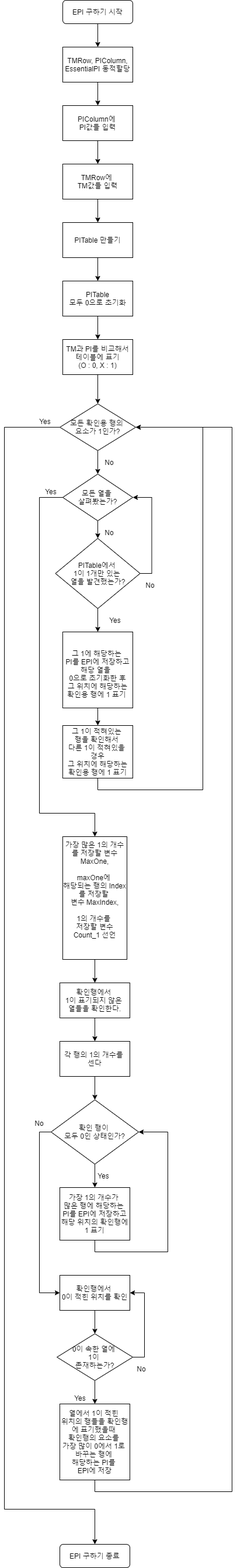
The draw.io diagram 순서도/EPI 미완 2.png in aaron-rev/QuinMc_C2Plus, before a commit. Source tidied: cells renumbered, new cells last; positions are measured from the earlier drawing's top-left corner, leaving out a move shared by most shapes.
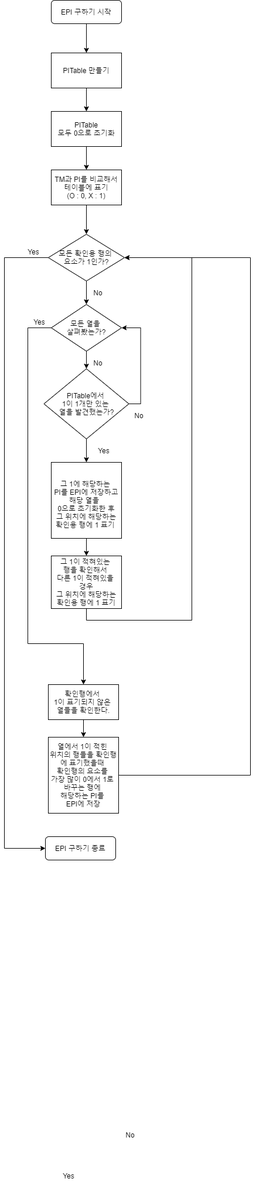
Later version of the same file.

Change to the diagram source:
```diff
@@ -2,33 +2,15 @@
   <root>
     <mxCell id="0" />
     <mxCell id="1" parent="0" />
-    <mxCell id="2" style="edgeStyle=orthogonalEdgeStyle;rounded=0;jettySize=auto;html=1;exitX=0.5;exitY=1;exitDx=0;exitDy=0;entryX=0.5;entryY=0;entryDx=0;entryDy=0;" parent="1" edge="1" source="3" target="6">
-      <mxGeometry relative="1" as="geometry" />
-    </mxCell>
+    <mxCell id="59" style="edgeStyle=orthogonalEdgeStyle;rounded=0;jettySize=auto;html=1;exitX=0.5;exitY=1;exitDx=0;exitDy=0;entryX=0.5;entryY=0;entryDx=0;entryDy=0;" parent="1" edge="1" source="3" target="12">
+      <mxGeometry relative="1" as="geometry" />
+    </mxCell>
     <mxCell id="3" value="EPI 구하기 시작" style="rounded=1;whiteSpace=wrap;html=1;fontSize=12;glass=0;strokeWidth=1;shadow=0;" parent="1" vertex="1">
-      <mxGeometry x="100" width="120" height="40" as="geometry" />
+      <mxGeometry x="100" y="290" width="120" height="40" as="geometry" />
     </mxCell>
     <mxCell id="4" value="EPI 구하기 종료" style="rounded=1;whiteSpace=wrap;html=1;fontSize=12;glass=0;strokeWidth=1;shadow=0;" parent="1" vertex="1">
-      <mxGeometry x="95" y="2640" width="120" height="40" as="geometry" />
+      <mxGeometry x="90" y="1720" width="120" height="40" as="geometry" />
     </mxCell>
-    <mxCell id="5" style="edgeStyle=orthogonalEdgeStyle;rounded=0;jettySize=auto;html=1;exitX=0.5;exitY=1;exitDx=0;exitDy=0;entryX=0.5;entryY=0;entryDx=0;entryDy=0;" parent="1" edge="1" source="6" target="8">
-      <mxGeometry relative="1" as="geometry" />
-    </mxCell>
-    <mxCell id="6" value="TMRow, PIColumn, EssentialPI 동적할당" style="rounded=0;whiteSpace=wrap;html=1;" parent="1" vertex="1">
-      <mxGeometry x="100" y="80" width="120" height="60" as="geometry" />
-    </mxCell>
-    <mxCell id="7" style="edgeStyle=orthogonalEdgeStyle;rounded=0;jettySize=auto;html=1;exitX=0.5;exitY=1;exitDx=0;exitDy=0;entryX=0.5;entryY=0;entryDx=0;entryDy=0;" parent="1" edge="1" source="8" target="10">
-      <mxGeometry relative="1" as="geometry" />
-    </mxCell>
-    <mxCell id="8" value="PIColumn에 &lt;br&gt;PI값들 입력" style="rounded=0;whiteSpace=wrap;html=1;" parent="1" vertex="1">
-      <mxGeometry x="100" y="180" width="120" height="60" as="geometry" />
-    </mxCell>
-    <mxCell id="9" style="edgeStyle=orthogonalEdgeStyle;rounded=0;jettySize=auto;html=1;exitX=0.5;exitY=1;exitDx=0;exitDy=0;" parent="1" edge="1" source="10" target="12">
-      <mxGeometry relative="1" as="geometry" />
-    </mxCell>
-    <mxCell id="10" value="TMRow에&amp;nbsp;&lt;br&gt;TM값들 입력" style="rounded=0;whiteSpace=wrap;html=1;" parent="1" vertex="1">
-      <mxGeometry x="100" y="280" width="120" height="60" as="geometry" />
-    </mxCell>
     <mxCell id="11" style="edgeStyle=orthogonalEdgeStyle;rounded=0;jettySize=auto;html=1;exitX=0.5;exitY=1;exitDx=0;exitDy=0;" parent="1" edge="1" source="12" target="14">
       <mxGeometry relative="1" as="geometry" />
     </mxCell>
@@ -80,7 +62,7 @@
     <mxCell id="27" style="edgeStyle=orthogonalEdgeStyle;rounded=0;jettySize=auto;html=1;exitX=0.5;exitY=1;exitDx=0;exitDy=0;entryX=0.5;entryY=0;entryDx=0;entryDy=0;" parent="1" edge="1" source="30" target="17">
       <mxGeometry relative="1" as="geometry" />
     </mxCell>
-    <mxCell id="28" style="edgeStyle=orthogonalEdgeStyle;rounded=0;jettySize=auto;html=1;exitX=0;exitY=0.5;exitDx=0;exitDy=0;entryX=0.5;entryY=0;entryDx=0;entryDy=0;" parent="1" edge="1" source="17" target="36">
+    <mxCell id="28" style="edgeStyle=orthogonalEdgeStyle;rounded=0;jettySize=auto;html=1;exitX=0;exitY=0.5;exitDx=0;exitDy=0;entryX=0.5;entryY=0;entryDx=0;entryDy=0;" parent="1" edge="1" source="17" target="39">
       <mxGeometry relative="1" as="geometry">
         <Array as="points">
           <mxPoint x="60" y="850" />
@@ -89,12 +71,11 @@
         </Array>
       </mxGeometry>
     </mxCell>
-    <mxCell id="29" style="edgeStyle=orthogonalEdgeStyle;rounded=0;jettySize=auto;html=1;exitX=0;exitY=0.5;exitDx=0;exitDy=0;entryX=0.5;entryY=0;entryDx=0;entryDy=0;" parent="1" edge="1" source="30" target="4">
+    <mxCell id="29" style="edgeStyle=orthogonalEdgeStyle;rounded=0;jettySize=auto;html=1;exitX=0;exitY=0.5;exitDx=0;exitDy=0;entryX=0;entryY=0.5;entryDx=0;entryDy=0;" parent="1" edge="1" source="30" target="4">
       <mxGeometry relative="1" as="geometry">
         <Array as="points">
-          <mxPoint y="730" />
-          <mxPoint y="2580" />
-          <mxPoint x="155" y="2580" />
+          <mxPoint x="20" y="730" />
+          <mxPoint x="20" y="1740" />
         </Array>
       </mxGeometry>
     </mxCell>
@@ -119,86 +100,31 @@
     <mxCell id="34" style="edgeStyle=orthogonalEdgeStyle;rounded=0;jettySize=auto;html=1;exitX=0.5;exitY=1;exitDx=0;exitDy=0;entryX=0.5;entryY=0;entryDx=0;entryDy=0;" parent="1" edge="1" source="19" target="33">
       <mxGeometry relative="1" as="geometry" />
     </mxCell>
-    <mxCell id="35" style="edgeStyle=orthogonalEdgeStyle;rounded=0;jettySize=auto;html=1;exitX=0.5;exitY=1;exitDx=0;exitDy=0;entryX=0.5;entryY=0;entryDx=0;entryDy=0;" parent="1" edge="1" source="36" target="39">
-      <mxGeometry relative="1" as="geometry" />
-    </mxCell>
-    <mxCell id="36" value="가장 많은 1의 개수를 저장할 변수 MaxOne,&lt;br&gt;&lt;br&gt;maxOne에 &lt;br&gt;해당되는 행의 Index를 저장할 &lt;br&gt;변수 MaxIndex,&lt;br&gt;&lt;br&gt;1의 개수를 &lt;br&gt;저장할 변수 Count_1 선언&lt;br&gt;&lt;br&gt;&amp;nbsp;" style="rounded=0;whiteSpace=wrap;html=1;" parent="1" vertex="1">
-      <mxGeometry x="100" y="1430" width="110" height="210" as="geometry" />
-    </mxCell>
     <mxCell id="37" value="Yes" style="text;html=1;strokeColor=none;fillColor=none;align=center;verticalAlign=middle;whiteSpace=wrap;rounded=0;" parent="1" vertex="1">
       <mxGeometry x="60" y="830" width="40" height="20" as="geometry" />
     </mxCell>
-    <mxCell id="38" style="edgeStyle=orthogonalEdgeStyle;rounded=0;jettySize=auto;html=1;exitX=0.5;exitY=1;exitDx=0;exitDy=0;entryX=0.5;entryY=0;entryDx=0;entryDy=0;" parent="1" edge="1" source="39" target="41">
+    <mxCell id="38" style="edgeStyle=orthogonalEdgeStyle;rounded=0;jettySize=auto;html=1;exitX=0.5;exitY=1;exitDx=0;exitDy=0;entryX=0.5;entryY=0;entryDx=0;entryDy=0;" parent="1" edge="1" source="39" target="57">
       <mxGeometry relative="1" as="geometry" />
     </mxCell>
     <mxCell id="39" value="확인행에서 &lt;br&gt;1이 표기되지 않은 &lt;br&gt;열들을 확인한다." style="rounded=0;whiteSpace=wrap;html=1;" parent="1" vertex="1">
-      <mxGeometry x="95" y="1680" width="120" height="60" as="geometry" />
+      <mxGeometry x="95" y="1460" width="120" height="60" as="geometry" />
     </mxCell>
-    <mxCell id="40" style="edgeStyle=orthogonalEdgeStyle;rounded=0;jettySize=auto;html=1;exitX=0.5;exitY=1;exitDx=0;exitDy=0;entryX=0.5;entryY=0;entryDx=0;entryDy=0;" parent="1" edge="1" source="41" target="44">
-      <mxGeometry relative="1" as="geometry" />
-    </mxCell>
-    <mxCell id="41" value="각 행의 1의 개수를 &lt;br&gt;센다" style="rounded=0;whiteSpace=wrap;html=1;" parent="1" vertex="1">
-      <mxGeometry x="95" y="1780" width="120" height="60" as="geometry" />
-    </mxCell>
-    <mxCell id="42" style="edgeStyle=orthogonalEdgeStyle;rounded=0;jettySize=auto;html=1;exitX=0.5;exitY=1;exitDx=0;exitDy=0;entryX=0.5;entryY=0;entryDx=0;entryDy=0;" parent="1" edge="1" source="44" target="46">
-      <mxGeometry relative="1" as="geometry" />
-    </mxCell>
-    <mxCell id="43" style="edgeStyle=orthogonalEdgeStyle;rounded=0;jettySize=auto;html=1;exitX=0;exitY=0.5;exitDx=0;exitDy=0;entryX=0;entryY=0.5;entryDx=0;entryDy=0;" parent="1" edge="1" source="44" target="49">
-      <mxGeometry relative="1" as="geometry" />
-    </mxCell>
-    <mxCell id="44" value="확인 행이 &lt;br&gt;모두 0인 상태인가?" style="rhombus;whiteSpace=wrap;html=1;" parent="1" vertex="1">
-      <mxGeometry x="80" y="1880" width="150" height="110" as="geometry" />
-    </mxCell>
-    <mxCell id="45" style="edgeStyle=orthogonalEdgeStyle;rounded=0;jettySize=auto;html=1;exitX=0.5;exitY=1;exitDx=0;exitDy=0;entryX=1;entryY=0.5;entryDx=0;entryDy=0;" parent="1" edge="1" source="46" target="44">
-      <mxGeometry relative="1" as="geometry">
-        <Array as="points">
-          <mxPoint x="155" y="2140" />
-          <mxPoint x="280" y="2140" />
-          <mxPoint x="280" y="1935" />
-        </Array>
-      </mxGeometry>
-    </mxCell>
-    <mxCell id="46" value="가장 1의 개수가 &lt;br&gt;많은 행에 해당하는&amp;nbsp;&lt;br&gt;PI를 EPI에 저장하고&lt;br&gt;해당 위치의 확인행에 1 표기" style="rounded=0;whiteSpace=wrap;html=1;" parent="1" vertex="1">
-      <mxGeometry x="95" y="2030" width="120" height="90" as="geometry" />
-    </mxCell>
-    <mxCell id="47" value="Yes" style="text;html=1;strokeColor=none;fillColor=none;align=center;verticalAlign=middle;whiteSpace=wrap;rounded=0;" parent="1" vertex="1">
-      <mxGeometry x="150" y="2000" width="40" height="20" as="geometry" />
-    </mxCell>
-    <mxCell id="48" style="edgeStyle=orthogonalEdgeStyle;rounded=0;jettySize=auto;html=1;exitX=0.5;exitY=1;exitDx=0;exitDy=0;entryX=0.5;entryY=0;entryDx=0;entryDy=0;" parent="1" edge="1" source="49" target="53">
-      <mxGeometry relative="1" as="geometry" />
-    </mxCell>
-    <mxCell id="49" value="확인행에서 &lt;br&gt;0이 적힌 위치를 확인" style="rounded=0;whiteSpace=wrap;html=1;" parent="1" vertex="1">
-      <mxGeometry x="95" y="2180" width="120" height="60" as="geometry" />
-    </mxCell>
-    <mxCell id="50" value="No" style="text;html=1;strokeColor=none;fillColor=none;align=center;verticalAlign=middle;whiteSpace=wrap;rounded=0;" parent="1" vertex="1">
-      <mxGeometry x="40" y="1910" width="40" height="20" as="geometry" />
-    </mxCell>
-    <mxCell id="51" style="edgeStyle=orthogonalEdgeStyle;rounded=0;jettySize=auto;html=1;exitX=1;exitY=0.5;exitDx=0;exitDy=0;entryX=1;entryY=0.5;entryDx=0;entryDy=0;" parent="1" edge="1" source="53" target="49">
-      <mxGeometry relative="1" as="geometry" />
-    </mxCell>
-    <mxCell id="52" style="edgeStyle=orthogonalEdgeStyle;rounded=0;jettySize=auto;html=1;exitX=0.5;exitY=1;exitDx=0;exitDy=0;entryX=0.5;entryY=0;entryDx=0;entryDy=0;" parent="1" edge="1" source="53" target="57">
-      <mxGeometry relative="1" as="geometry" />
-    </mxCell>
-    <mxCell id="53" value="0이 속한 열에 &lt;br&gt;1이 &lt;br&gt;존재하는가?" style="rhombus;whiteSpace=wrap;html=1;" parent="1" vertex="1">
-      <mxGeometry x="90" y="2280" width="130" height="80" as="geometry" />
-    </mxCell>
     <mxCell id="54" value="No" style="text;html=1;strokeColor=none;fillColor=none;align=center;verticalAlign=middle;whiteSpace=wrap;rounded=0;" parent="1" vertex="1">
-      <mxGeometry x="215" y="2330" width="40" height="20" as="geometry" />
+      <mxGeometry x="215" y="2220" width="40" height="20" as="geometry" />
     </mxCell>
     <mxCell id="55" value="Yes" style="text;html=1;strokeColor=none;fillColor=none;align=center;verticalAlign=middle;whiteSpace=wrap;rounded=0;" parent="1" vertex="1">
-      <mxGeometry x="110" y="2380" width="40" height="20" as="geometry" />
+      <mxGeometry x="110" y="2290" width="40" height="20" as="geometry" />
     </mxCell>
-    <mxCell id="56" style="edgeStyle=orthogonalEdgeStyle;rounded=0;jettySize=auto;html=1;exitX=0.5;exitY=1;exitDx=0;exitDy=0;entryX=1;entryY=0.5;entryDx=0;entryDy=0;" parent="1" edge="1" source="57" target="30">
+    <mxCell id="56" style="edgeStyle=orthogonalEdgeStyle;rounded=0;jettySize=auto;html=1;entryX=1;entryY=0.5;entryDx=0;entryDy=0;" parent="1" edge="1" source="57" target="30">
       <mxGeometry relative="1" as="geometry">
         <Array as="points">
-          <mxPoint x="155" y="2550" />
-          <mxPoint x="390" y="2550" />
-          <mxPoint x="390" y="730" />
+          <mxPoint x="440" y="1615" />
+          <mxPoint x="440" y="730" />
         </Array>
       </mxGeometry>
     </mxCell>
     <mxCell id="57" value="열에서 1이 적힌 &lt;br&gt;위치의 행들을 확인행에 표기했을때&amp;nbsp;&lt;br&gt;확인행의 요소를&amp;nbsp;&lt;br&gt;가장 많이 0에서 1로&amp;nbsp;&lt;br&gt;바꾸는 행에&amp;nbsp;&lt;br&gt;해당하는 PI를&amp;nbsp;&lt;br&gt;EPI에 저장" style="rounded=0;whiteSpace=wrap;html=1;" parent="1" vertex="1">
-      <mxGeometry x="95" y="2400" width="120" height="130" as="geometry" />
+      <mxGeometry x="95" y="1550" width="120" height="130" as="geometry" />
     </mxCell>
     <mxCell id="58" value="Yes" style="text;html=1;strokeColor=none;fillColor=none;align=center;verticalAlign=middle;whiteSpace=wrap;rounded=0;" parent="1" vertex="1">
       <mxGeometry x="50" y="710" width="40" height="20" as="geometry" />
```
